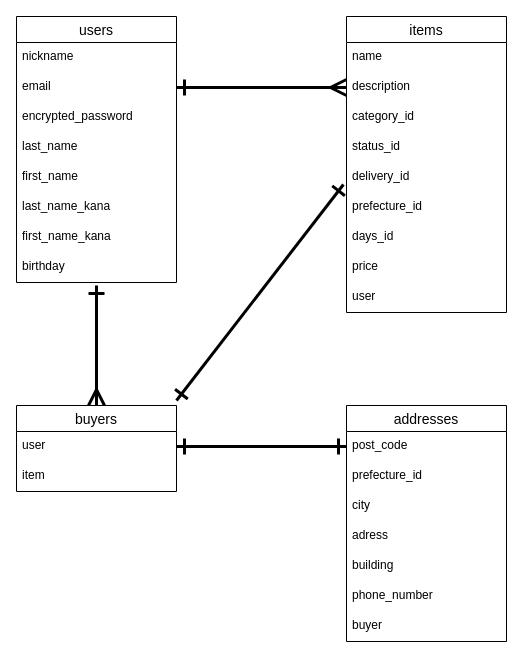
Above: furima-38389.dio in masafumiikeda/furima-38389 (draw.io), before the change. Source tidied: cells renumbered, new cells numbered last; positions are measured from the earlier drawing's top-left corner, leaving out a move shared by most shapes. Both pictures are drawn from the tidied source at 100%, with x=0, y=0 at pixel (16, 16).
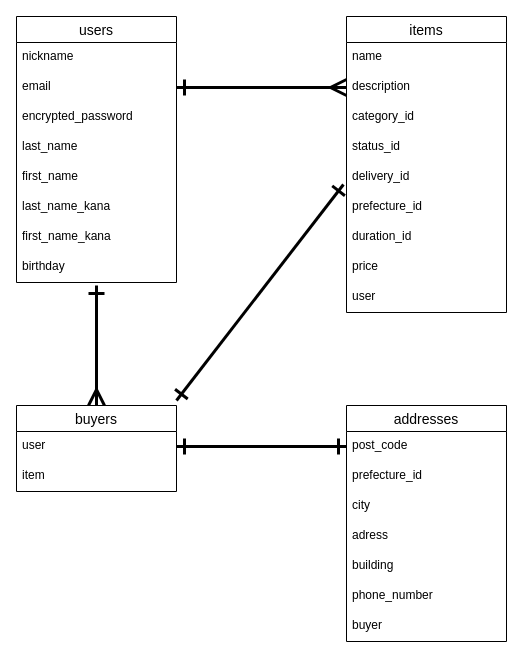
After the change.

Commit message (it also covers changes not shown here):
LGTM後の追加修正(所用日数のカラム名をdaysからdurationに変更)

The change refers to these unchanged cells:
```xml
<mxCell id="11" value="items" style="swimlane;fontStyle=0;horizontal=1;startSize=26;align=center;fontSize=14;" parent="1" vertex="1">
  <mxGeometry x="330" width="160" height="296" as="geometry" />
</mxCell>
```

Diff of the diagram source:
```diff
@@
-    <mxCell id="18" value="days_id" style="text;strokeColor=none;fillColor=none;spacingLeft=4;spacingRight=4;overflow=hidden;fontSize=12;" parent="11" vertex="1">
+    <mxCell id="18" value="duration_id" style="text;strokeColor=none;fillColor=none;spacingLeft=4;spacingRight=4;overflow=hidden;fontSize=12;" parent="11" vertex="1">
       <mxGeometry y="206" width="160" height="30" as="geometry" />
     </mxCell>
```
